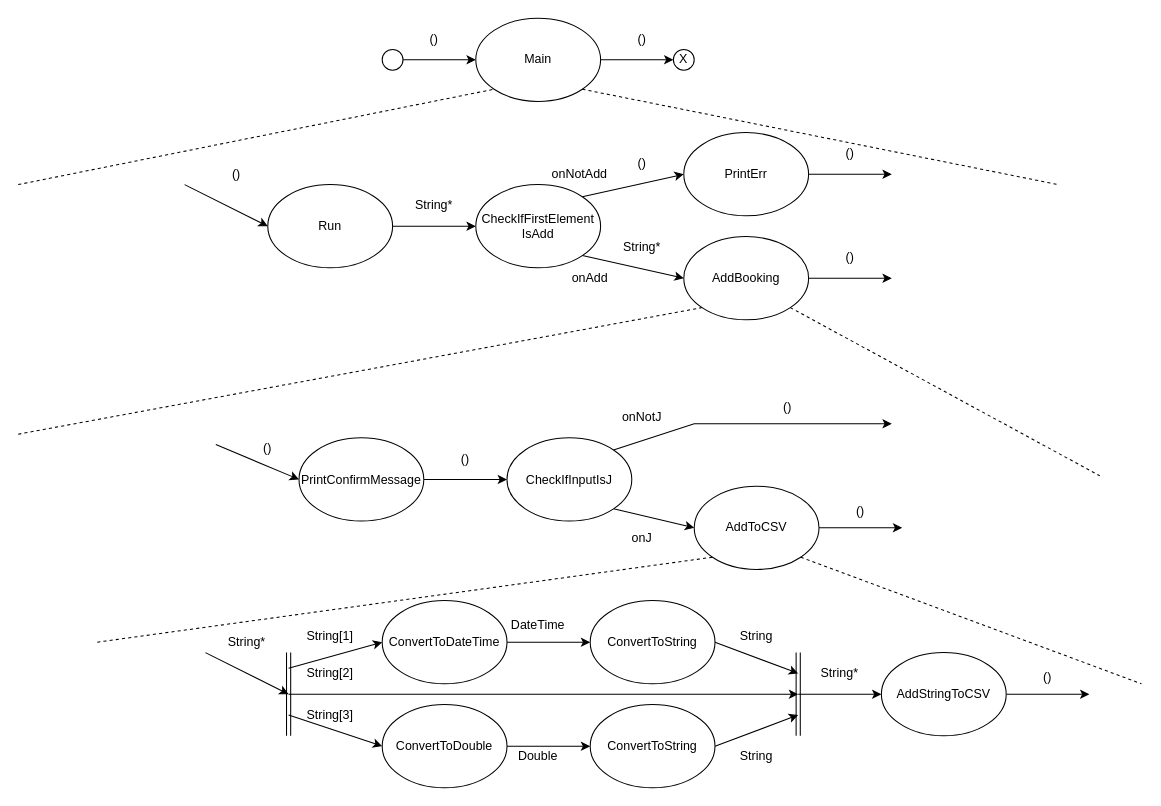
Above: aufgabe7_mit_FD.docs/booking.drawio in Braafisch/Systemarchitekturen-mit-.net (draw.io), before the change. Source tidied: cells renumbered, new cells numbered last; positions are measured from the earlier drawing's top-left corner, leaving out a move shared by most shapes. Both pictures are drawn from the tidied source at 104%, with x=0, y=0 at pixel (18, 18).
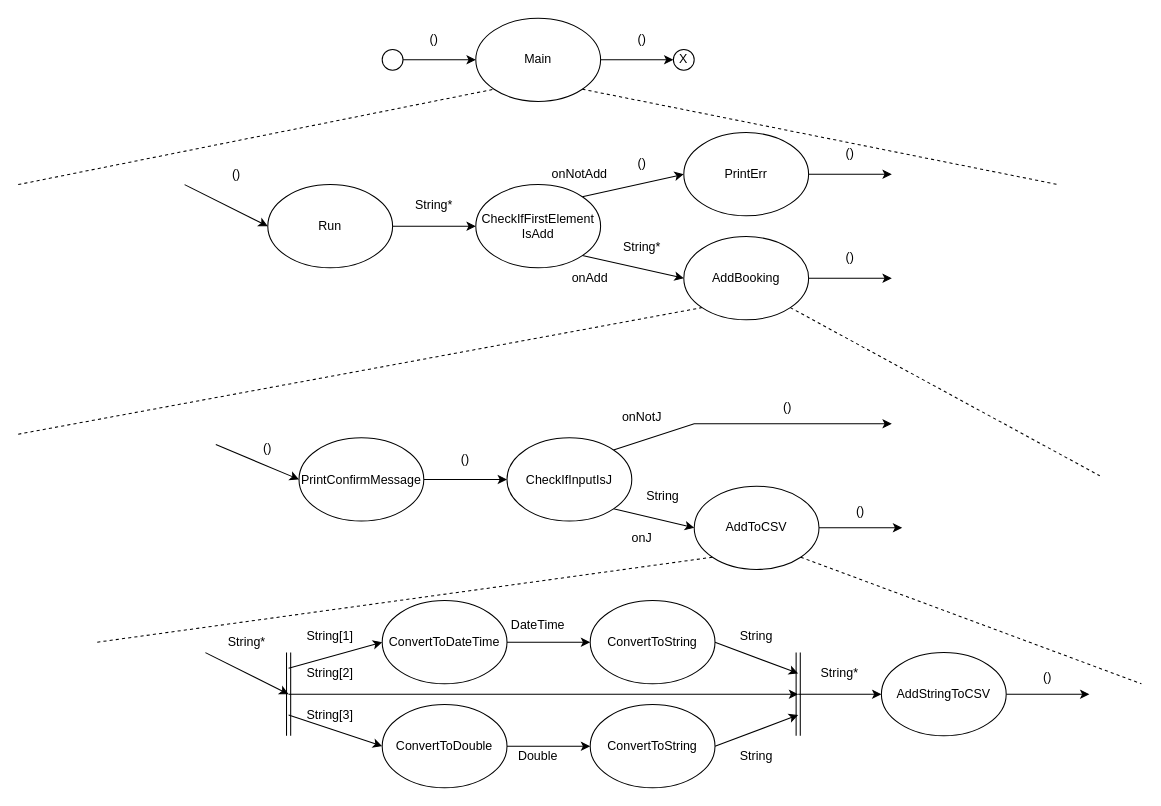
The same diagram, later.

Diff of the diagram source:
```diff
@@
+    <mxCell id="75" value="String" style="text;html=1;strokeColor=none;fillColor=none;align=center;verticalAlign=middle;whiteSpace=wrap;rounded=0;" parent="1" vertex="1">
+      <mxGeometry x="600" y="450" width="40" height="20" as="geometry" />
+    </mxCell>
```
